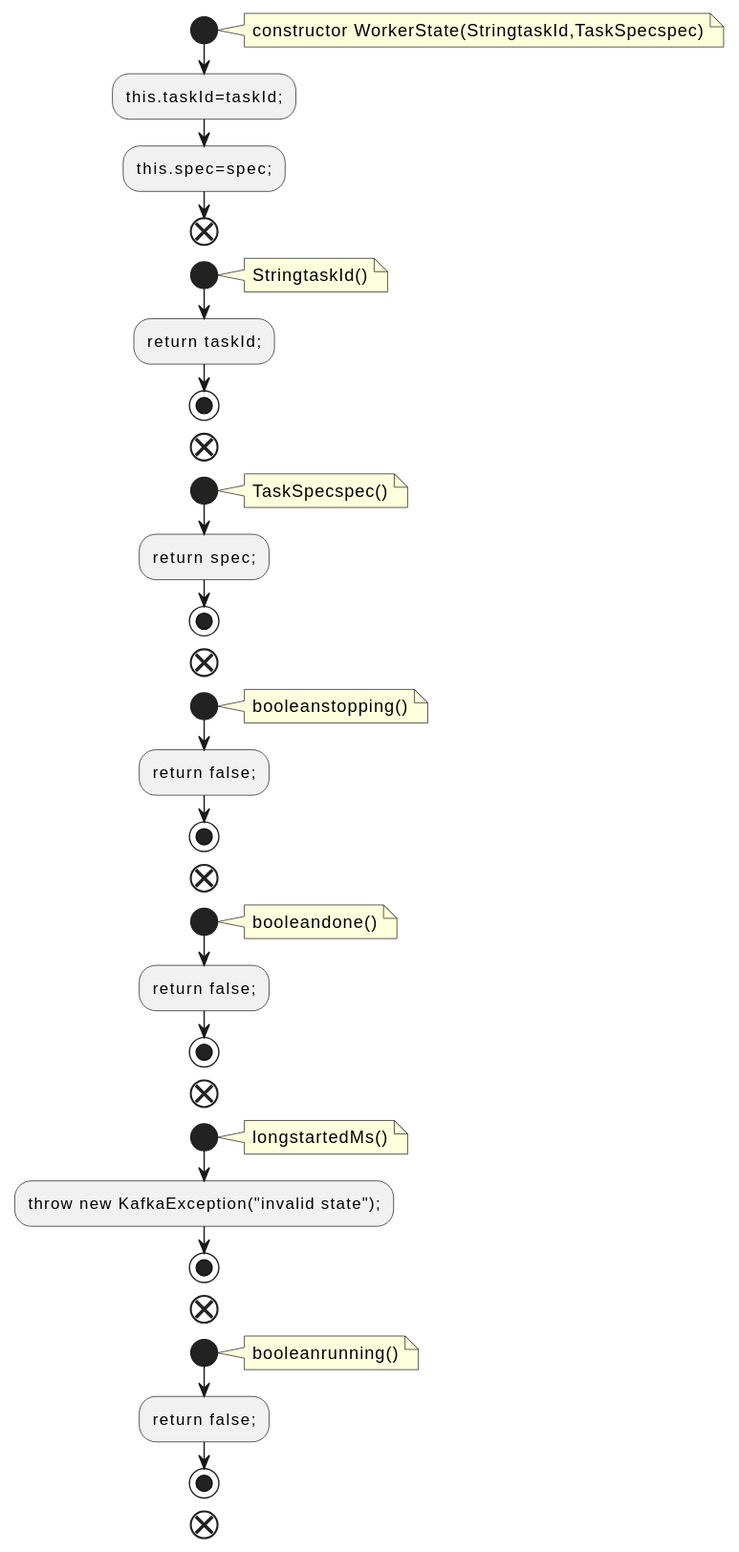
This is docs/qc/trogdor/src/main/java/org/apache/kafka/trogdor/rest/WorkerState.java.fct.svg from qualitesys/kafka, a PlantUML export, as it was before one commit.
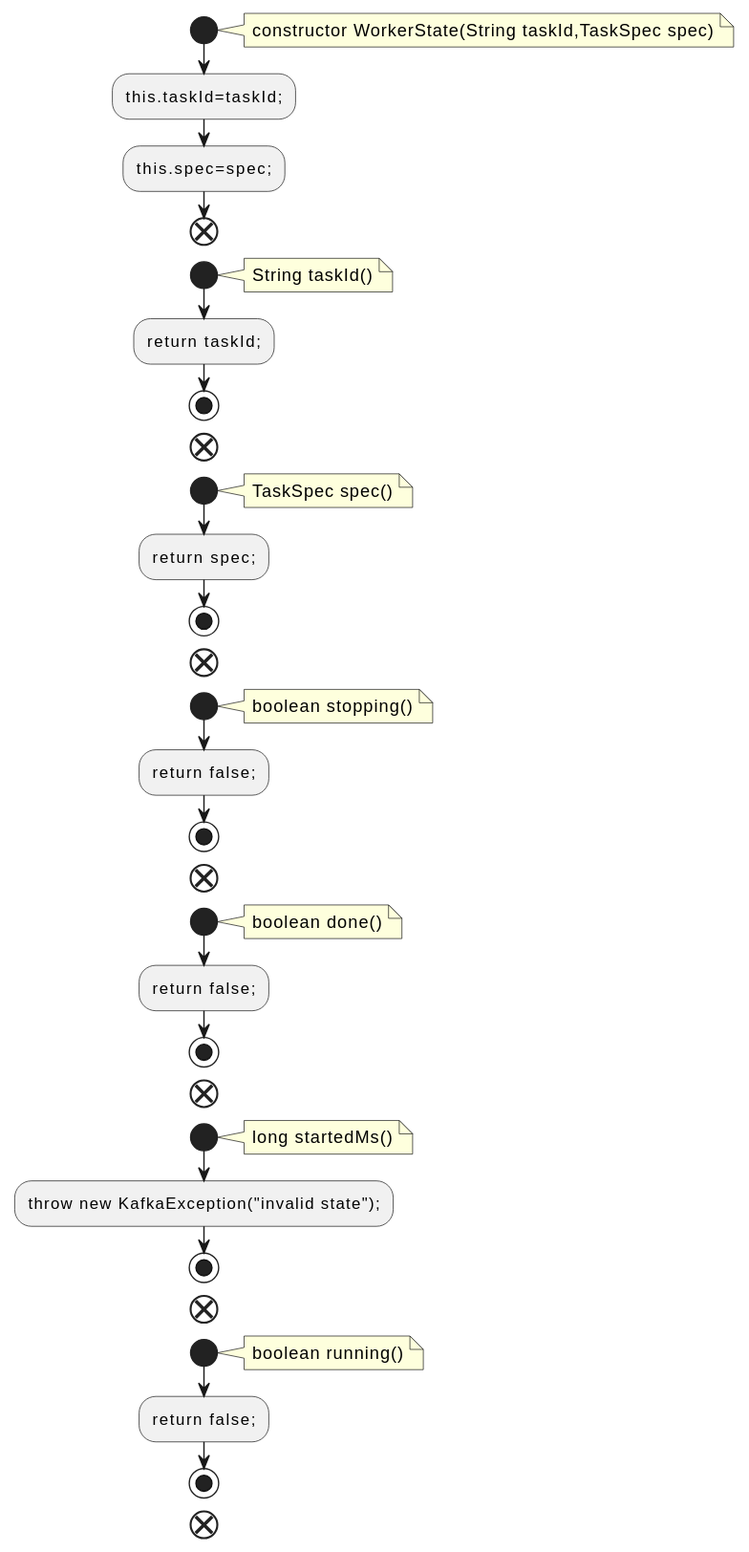
Above is the later version.

Diff of the diagram source:
```diff
@@ -2,49 +2,49 @@
 !pragma layout smetana
 start
 note right
-constructor WorkerState(StringtaskId,TaskSpecspec)
+constructor WorkerState(String taskId,TaskSpec spec)
 end note
 :this.taskId=taskId;;
 :this.spec=spec;;
 end
 start
 note right
-StringtaskId()
+String taskId()
 end note
 :return taskId;;
 stop
 end
 start
 note right
-TaskSpecspec()
+TaskSpec spec()
 end note
 :return spec;;
 stop
 end
 start
 note right
-booleanstopping()
+boolean stopping()
 end note
 :return false;;
 stop
 end
 start
 note right
-booleandone()
+boolean done()
 end note
 :return false;;
 stop
 end
 start
 note right
-longstartedMs()
+long startedMs()
 end note
 :throw new KafkaException("invalid state");;
 stop
 end
 start
 note right
-booleanrunning()
+boolean running()
 end note
 :return false;;
 stop
```
